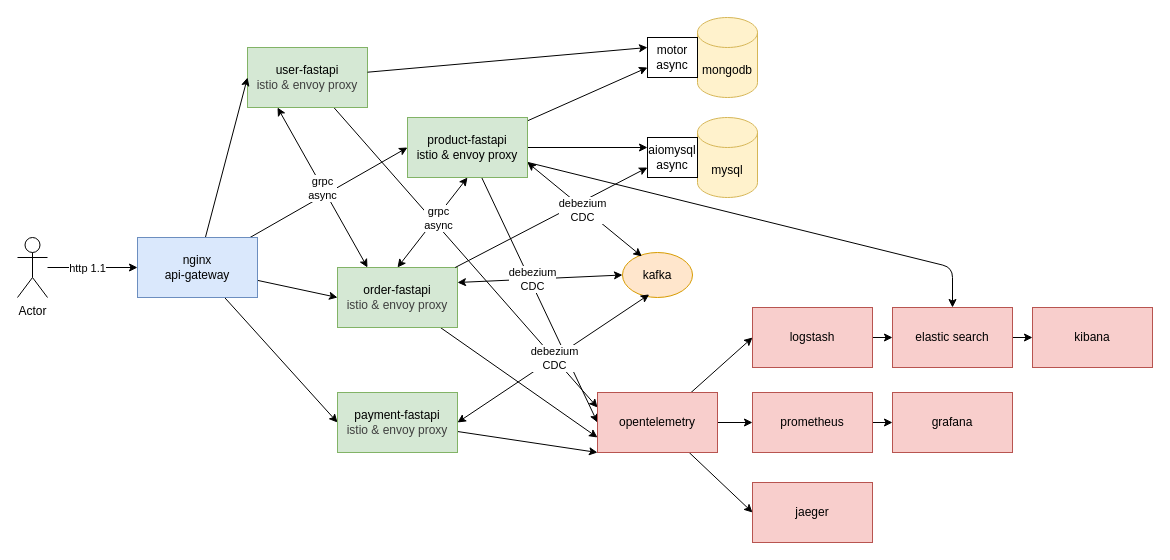
The draw.io diagram documents/architecture.drawio in Doohwancho/ecommerce_msa, before the edit. Source tidied: cells renumbered, new cells numbered last; positions are measured from the earlier drawing's top-left corner, leaving out a move shared by most shapes. Both pictures are drawn from the tidied source at 100%, with x=0, y=0 at pixel (17, 17).
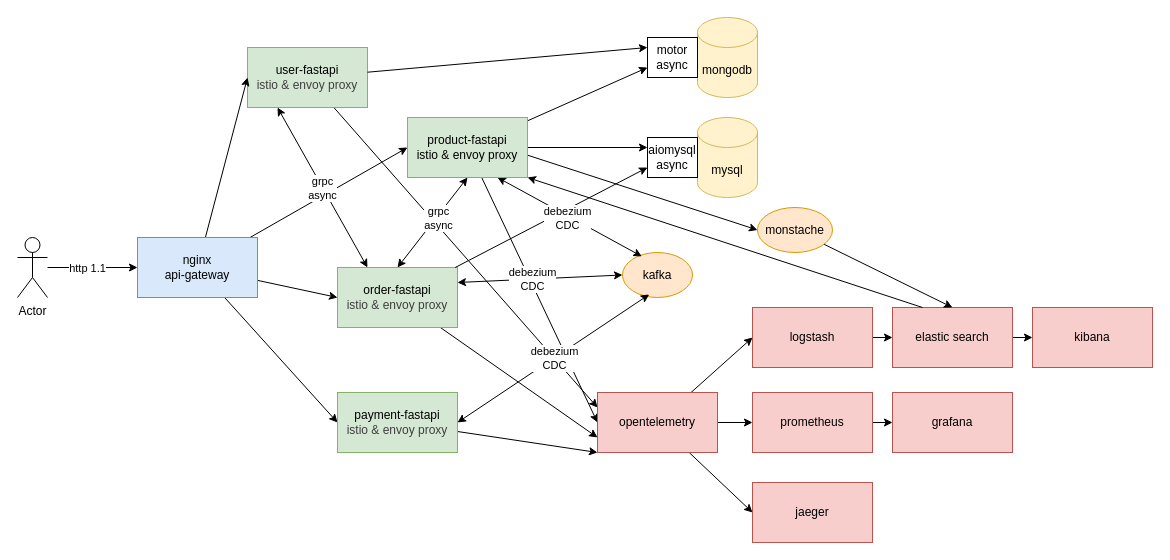
The same page after the edit.

The change refers to these unchanged cells:
```xml
<mxCell id="25" value="elastic search" style="rounded=0;whiteSpace=wrap;html=1;fillColor=#f8cecc;strokeColor=#b85450;" parent="1" vertex="1">
  <mxGeometry x="875" y="290" width="120" height="60" as="geometry" />
</mxCell>
<mxCell id="46" value="kafka" style="ellipse;whiteSpace=wrap;html=1;fillColor=#ffe6cc;strokeColor=#d79b00;" parent="1" vertex="1">
  <mxGeometry x="605" y="235" width="70" height="45" as="geometry" />
</mxCell>
<mxCell id="51" value="product-fastapi&lt;div&gt;istio &amp;amp; envoy proxy&lt;/div&gt;" style="rounded=0;whiteSpace=wrap;html=1;fillColor=#d5e8d4;strokeColor=#82b366;" parent="1" vertex="1">
  <mxGeometry x="390" y="100" width="120" height="60" as="geometry" />
</mxCell>
```

What changed in the source:
```diff
@@
-    <mxCell id="8" style="edgeStyle=none;html=1;entryX=0.5;entryY=0;entryDx=0;entryDy=0;" parent="1" edge="1" source="51" target="25">
-      <mxGeometry relative="1" as="geometry">
-        <Array as="points">
-          <mxPoint x="935" y="250" />
-        </Array>
-      </mxGeometry>
-    </mxCell>
@@
-    <mxCell id="47" style="endArrow=classic;startArrow=classic;html=1;exitX=1;exitY=0.75;exitDx=0;exitDy=0;entryX=0.276;entryY=0.086;entryDx=0;entryDy=0;entryPerimeter=0;" parent="1" edge="1" source="51" target="46">
+    <mxCell id="47" style="endArrow=classic;startArrow=classic;html=1;exitX=0.75;exitY=1;exitDx=0;exitDy=0;entryX=0.276;entryY=0.086;entryDx=0;entryDy=0;entryPerimeter=0;" parent="1" edge="1" source="51" target="46">
       <mxGeometry relative="1" as="geometry" />
     </mxCell>
@@
+    <mxCell id="52" style="edgeStyle=none;html=1;entryX=0;entryY=0.5;entryDx=0;entryDy=0;exitX=0.999;exitY=0.627;exitDx=0;exitDy=0;exitPerimeter=0;" parent="1" edge="1" source="51" target="54">
+      <mxGeometry relative="1" as="geometry" />
+    </mxCell>
@@
+    <mxCell id="53" style="edgeStyle=none;html=1;entryX=0.5;entryY=0;entryDx=0;entryDy=0;" parent="1" edge="1" source="54" target="25">
+      <mxGeometry relative="1" as="geometry" />
+    </mxCell>
+    <mxCell id="54" value="monstache" style="ellipse;whiteSpace=wrap;html=1;fillColor=#ffe6cc;strokeColor=#d79b00;" parent="1" vertex="1">
+      <mxGeometry x="740" y="190" width="75" height="45" as="geometry" />
+    </mxCell>
+    <mxCell id="55" style="endArrow=classic;html=1;exitX=0.25;exitY=0;exitDx=0;exitDy=0;entryX=1;entryY=1;entryDx=0;entryDy=0;jumpStyle=none;" parent="1" edge="1" source="25" target="51">
+      <mxGeometry relative="1" as="geometry" />
+    </mxCell>
```
